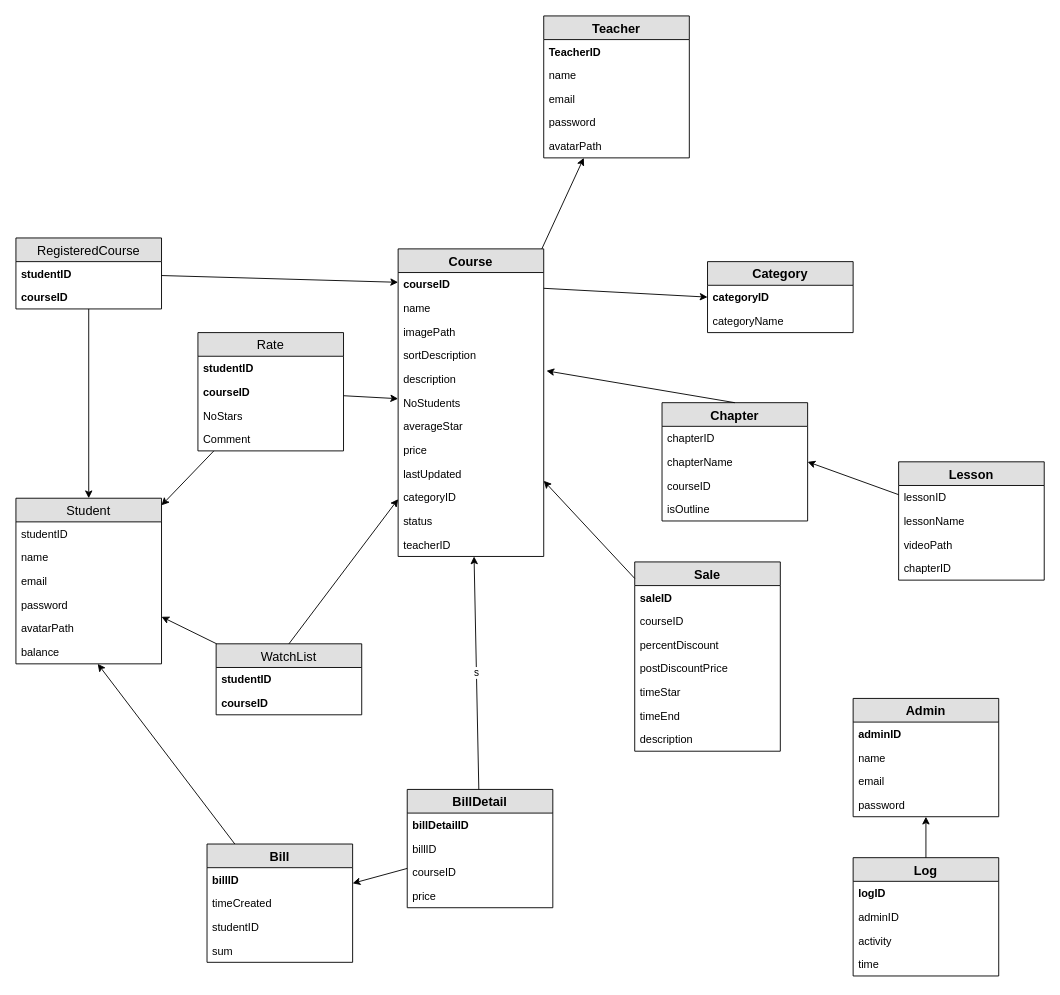
doan199x/DACK-WEB keeps this draw.io diagram as DB.drawio. Above is the earlier version. Source tidied: cells renumbered, new cells numbered last; positions are measured from the earlier drawing's top-left corner, leaving out a move shared by most shapes. Both pictures are drawn from the tidied source at 91%, with x=0, y=0 at pixel (15, 15).
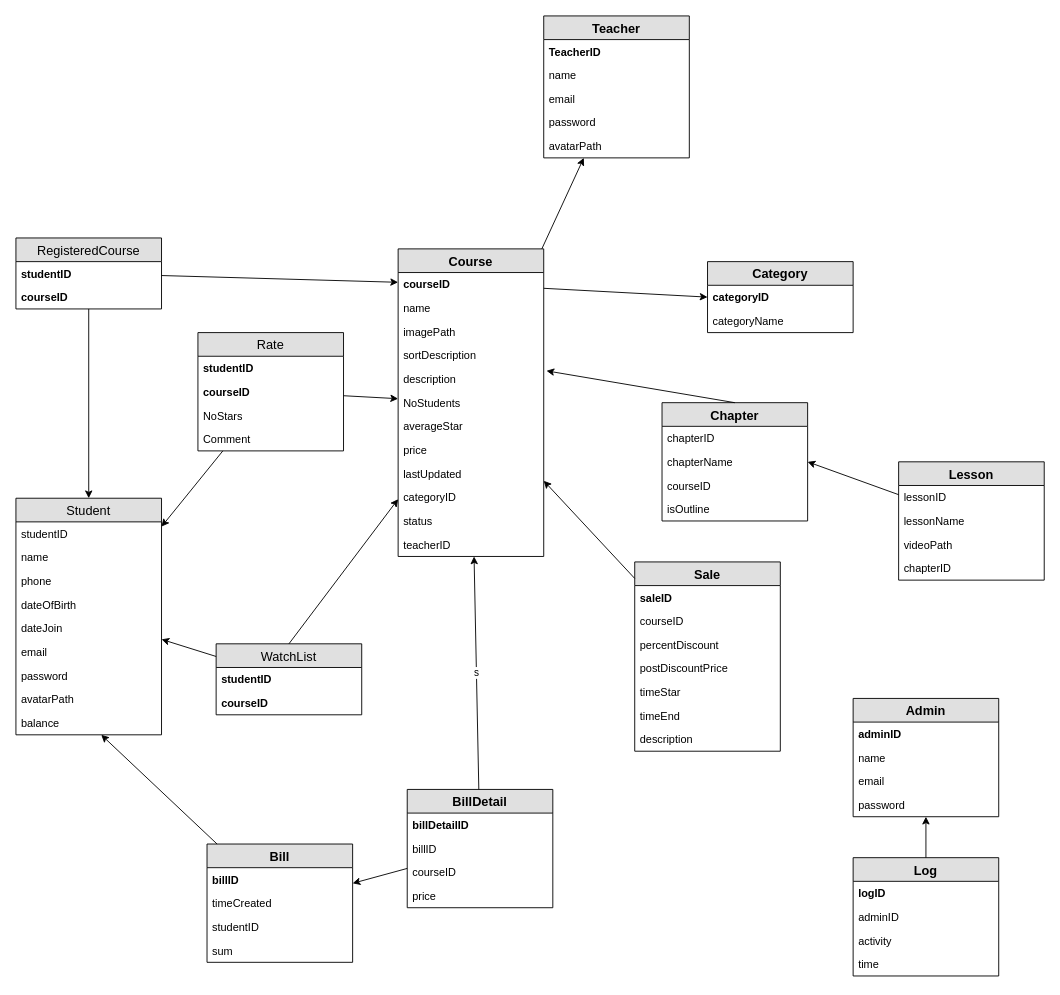
Above is the later version.

What changed in the source:
```diff
@@
     <mxCell id="31" value="Student" style="swimlane;fontStyle=0;horizontal=1;startSize=26;fillColor=#e0e0e0;swimlaneFillColor=#ffffff;align=center;fontSize=14;" parent="1" vertex="1">
-      <mxGeometry y="530" width="160" height="182" as="geometry" />
+      <mxGeometry y="530" width="160" height="260" as="geometry" />
     </mxCell>
@@
+    <mxCell id="95" value="phone" style="text;strokeColor=none;fillColor=none;spacingLeft=4;spacingRight=4;overflow=hidden;fontSize=12;" parent="31" vertex="1">
+      <mxGeometry y="78" width="160" height="26" as="geometry" />
+    </mxCell>
+    <mxCell id="96" value="dateOfBirth" style="text;strokeColor=none;fillColor=none;spacingLeft=4;spacingRight=4;overflow=hidden;fontSize=12;" parent="31" vertex="1">
+      <mxGeometry y="104" width="160" height="26" as="geometry" />
+    </mxCell>
+    <mxCell id="97" value="dateJoin" style="text;strokeColor=none;fillColor=none;spacingLeft=4;spacingRight=4;overflow=hidden;fontSize=12;" parent="31" vertex="1">
+      <mxGeometry y="130" width="160" height="26" as="geometry" />
+    </mxCell>
     <mxCell id="34" value="email" style="text;strokeColor=none;fillColor=none;spacingLeft=4;spacingRight=4;overflow=hidden;fontSize=12;" parent="31" vertex="1">
-      <mxGeometry y="78" width="160" height="26" as="geometry" />
+      <mxGeometry y="156" width="160" height="26" as="geometry" />
     </mxCell>
     <mxCell id="35" value="password" style="text;strokeColor=none;fillColor=none;spacingLeft=4;spacingRight=4;overflow=hidden;fontSize=12;" parent="31" vertex="1">
-      <mxGeometry y="104" width="160" height="26" as="geometry" />
+      <mxGeometry y="182" width="160" height="26" as="geometry" />
     </mxCell>
     <mxCell id="36" value="avatarPath" style="text;strokeColor=none;fillColor=none;spacingLeft=4;spacingRight=4;overflow=hidden;fontSize=12;" parent="31" vertex="1">
-      <mxGeometry y="130" width="160" height="26" as="geometry" />
+      <mxGeometry y="208" width="160" height="26" as="geometry" />
     </mxCell>
     <mxCell id="37" value="balance" style="text;strokeColor=none;fillColor=none;spacingLeft=4;spacingRight=4;overflow=hidden;points=[[0,0.5],[1,0.5]];portConstraint=eastwest;fontSize=12;" parent="31" vertex="1">
-      <mxGeometry y="156" width="160" height="26" as="geometry" />
+      <mxGeometry y="234" width="160" height="26" as="geometry" />
     </mxCell>
```
